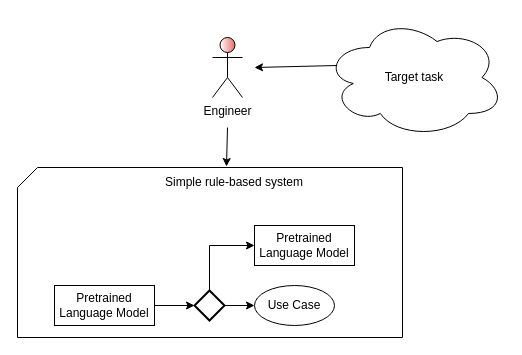
The draw.io diagram IS22c.drawio in cerisara/draws, before the edit. Source tidied: cells renumbered, new cells numbered last; positions are measured from the earlier drawing's top-left corner, leaving out a move shared by most shapes. Both pictures are drawn from the tidied source at 100%, with x=0, y=0 at pixel (17, 17).
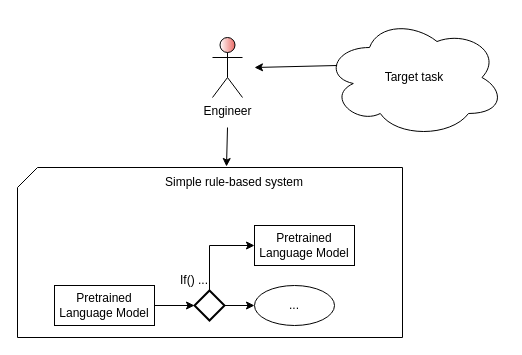
The same page after the edit.

Diff of the diagram source:
```diff
@@
 <mxGraphModel>
   <root>
     <mxCell id="0" />
     <mxCell id="1" parent="0" />
     <mxCell id="2" style="verticalLabelPosition=bottom;verticalAlign=top;html=1;shape=card;whiteSpace=wrap;size=20;arcSize=12;fillColor=none;gradientColor=#ffffff;gradientDirection=east;" parent="1" vertex="1">
       <mxGeometry y="150" width="385" height="170" as="geometry" />
     </mxCell>
     <mxCell id="3" style="edgeStyle=orthogonalEdgeStyle;rounded=0;jettySize=auto;html=1;exitX=1;exitY=0.5;exitDx=0;exitDy=0;entryX=0;entryY=0.5;entryDx=0;entryDy=0;entryPerimeter=0;" parent="1" edge="1" source="4" target="9">
       <mxGeometry relative="1" as="geometry" />
     </mxCell>
     <mxCell id="4" value="&lt;div&gt;Pretrained&lt;/div&gt;&lt;div&gt;Language Model&lt;br&gt;&lt;/div&gt;" style="rounded=0;whiteSpace=wrap;html=1;gradientColor=#ffffff;fillColor=none;gradientDirection=east;" parent="1" vertex="1">
       <mxGeometry x="37" y="268" width="100" height="40" as="geometry" />
     </mxCell>
     <mxCell id="5" value="Target task" style="ellipse;shape=cloud;whiteSpace=wrap;html=1;" parent="1" vertex="1">
       <mxGeometry x="307" width="180" height="120" as="geometry" />
     </mxCell>
     <mxCell id="6" value="Engineer" style="shape=umlActor;verticalLabelPosition=bottom;verticalAlign=top;html=1;fillColor=#EA6B66;gradientColor=#ffffff;gradientDirection=west;" parent="1" vertex="1">
       <mxGeometry x="195" y="20" width="30" height="60" as="geometry" />
     </mxCell>
     <mxCell id="7" style="endArrow=classic;html=1;rounded=0;exitX=0.07;exitY=0.4;exitDx=0;exitDy=0;exitPerimeter=0;" parent="1" edge="1" source="5">
       <mxGeometry relative="1" as="geometry">
         <mxPoint x="237" y="50" as="targetPoint" />
       </mxGeometry>
     </mxCell>
     <mxCell id="8" style="endArrow=classic;html=1;rounded=0;entryX=0.46;entryY=-0.033;entryDx=0;entryDy=0;entryPerimeter=0;" parent="1" edge="1" target="14">
       <mxGeometry relative="1" as="geometry">
         <mxPoint x="210" y="110" as="sourcePoint" />
       </mxGeometry>
     </mxCell>
     <mxCell id="9" style="strokeWidth=2;html=1;shape=mxgraph.flowchart.decision;whiteSpace=wrap;fillColor=none;gradientColor=#ffffff;gradientDirection=east;" parent="1" vertex="1">
       <mxGeometry x="177" y="273" width="30" height="30" as="geometry" />
     </mxCell>
-    <mxCell id="10" value="Use Case" style="ellipse;whiteSpace=wrap;html=1;fillColor=none;gradientColor=#ffffff;gradientDirection=east;" parent="1" vertex="1">
+    <mxCell id="10" value="..." style="ellipse;whiteSpace=wrap;html=1;fillColor=none;gradientColor=#ffffff;gradientDirection=east;" parent="1" vertex="1">
       <mxGeometry x="237" y="268" width="80" height="40" as="geometry" />
     </mxCell>
     <mxCell id="11" style="endArrow=classic;html=1;rounded=0;exitX=1;exitY=0.5;exitDx=0;exitDy=0;exitPerimeter=0;entryX=0;entryY=0.5;entryDx=0;entryDy=0;" parent="1" edge="1" source="9" target="10">
       <mxGeometry relative="1" as="geometry" />
     </mxCell>
     <mxCell id="12" value="&lt;div&gt;Pretrained&lt;/div&gt;&lt;div&gt;Language Model&lt;br&gt;&lt;/div&gt;" style="rounded=0;whiteSpace=wrap;html=1;gradientColor=#ffffff;fillColor=none;gradientDirection=east;" parent="1" vertex="1">
       <mxGeometry x="237" y="208" width="100" height="40" as="geometry" />
     </mxCell>
     <mxCell id="13" style="endArrow=classic;html=1;rounded=0;exitX=0.5;exitY=0;exitDx=0;exitDy=0;exitPerimeter=0;entryX=0;entryY=0.5;entryDx=0;entryDy=0;" parent="1" edge="1" source="9" target="12">
       <mxGeometry relative="1" as="geometry">
         <Array as="points">
           <mxPoint x="192" y="228" />
         </Array>
       </mxGeometry>
     </mxCell>
     <mxCell id="14" value="Simple rule-based system" style="text;html=1;strokeColor=none;fillColor=none;align=center;verticalAlign=middle;whiteSpace=wrap;rounded=0;" parent="1" vertex="1">
       <mxGeometry x="117" y="150" width="200" height="30" as="geometry" />
     </mxCell>
+    <mxCell id="15" value="&lt;div&gt;If() ...&lt;/div&gt;" style="text;html=1;strokeColor=none;fillColor=none;align=center;verticalAlign=middle;whiteSpace=wrap;rounded=0;" parent="1" vertex="1">
+      <mxGeometry x="147" y="248" width="60" height="30" as="geometry" />
+    </mxCell>
   </root>
 </mxGraphModel>
```
